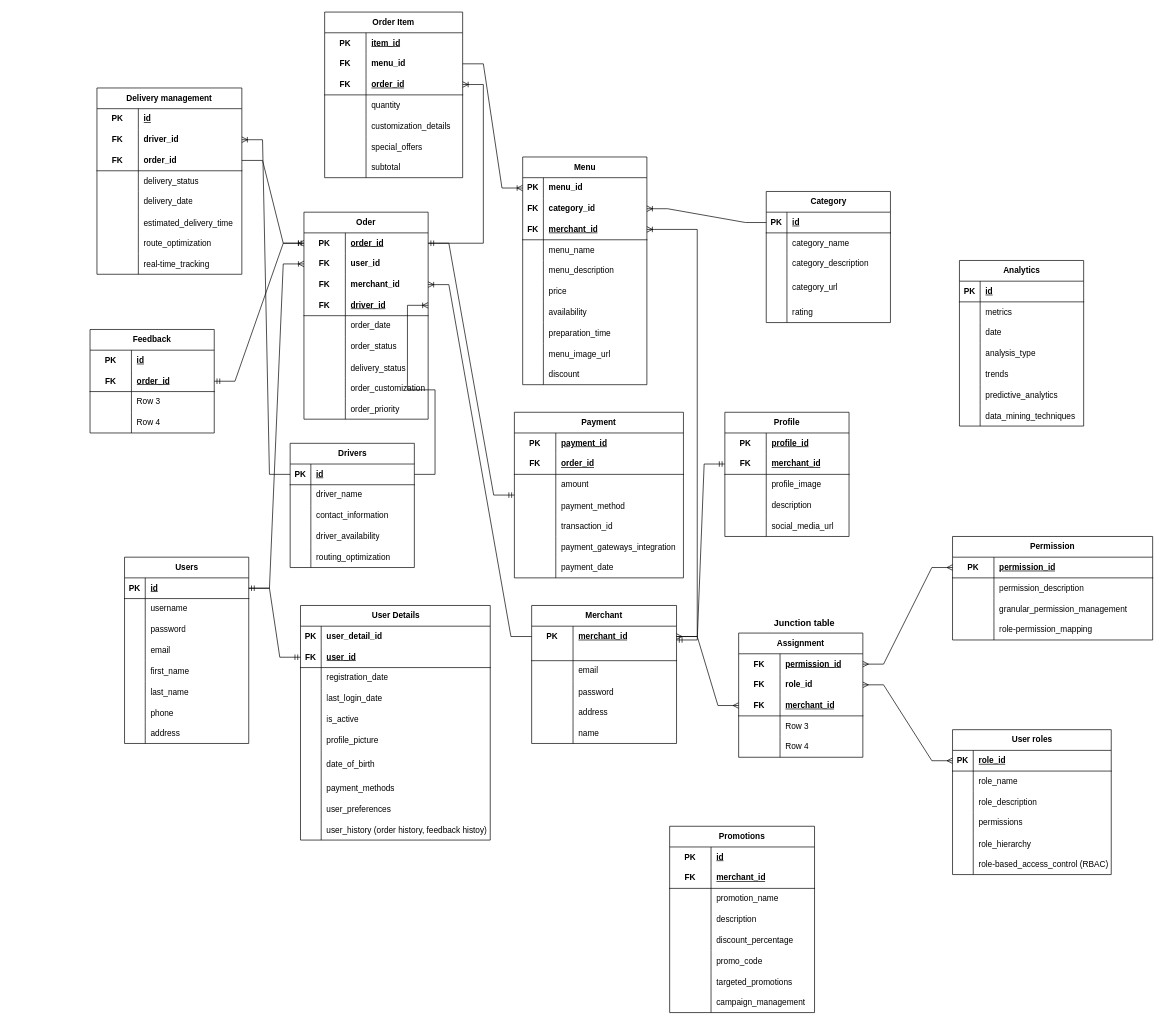
Before: server/src/diagram/Untitled Diagram.drawio in Henri280100/My-Order-App, a draw.io diagram. Source tidied: cells renumbered, new cells numbered last; positions are measured from the earlier drawing's top-left corner, leaving out a move shared by most shapes. Both pictures are drawn from the tidied source at 69%, with x=0, y=0 at pixel (90, 12).
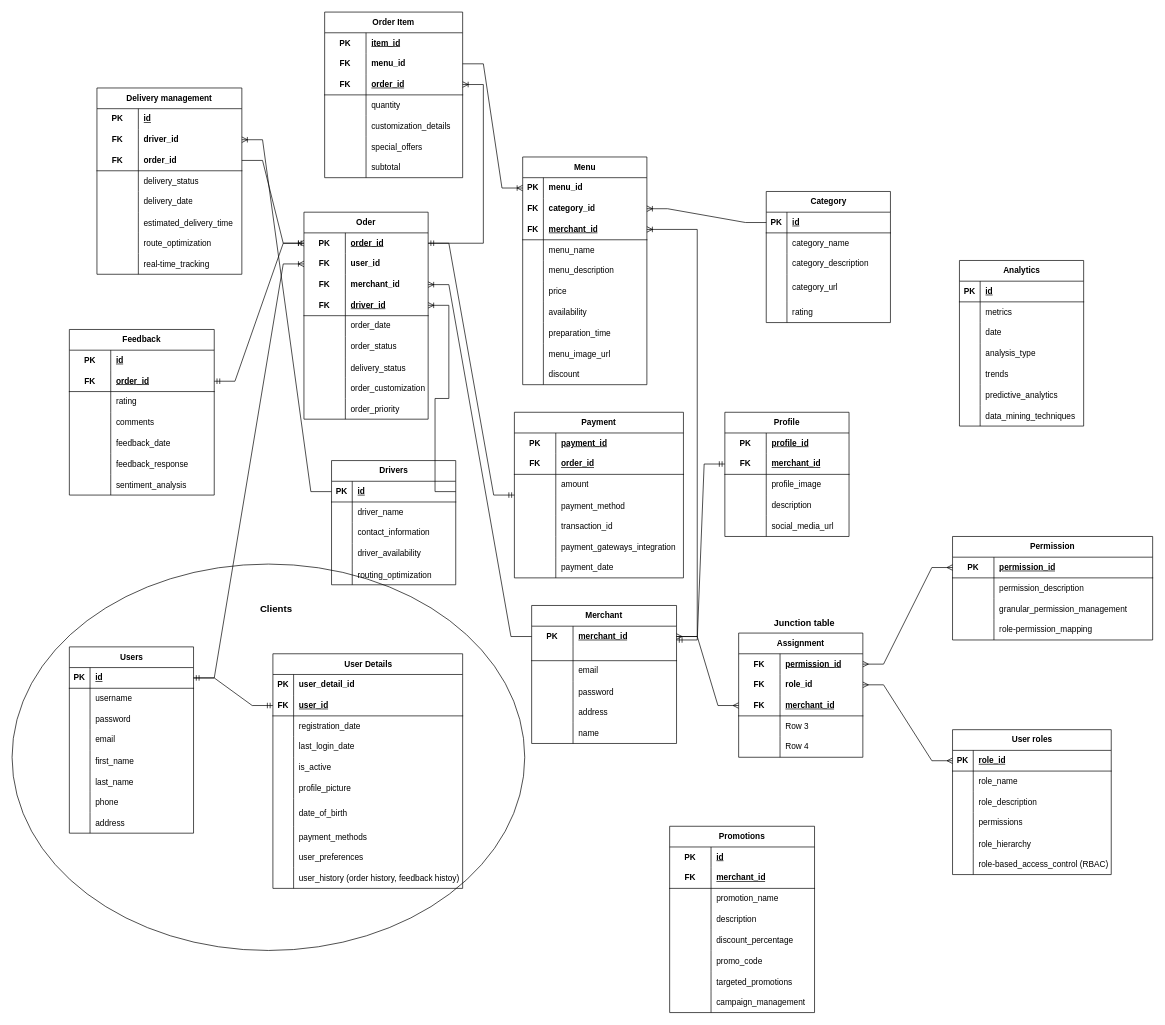
The same page after the edit.

Diff of the diagram source:
```diff
@@
     <mxCell id="140" value="Users" style="shape=table;startSize=30;childLayout=tableLayout;rowLines=0;fontStyle=1;align=center;html=1;" parent="1" vertex="1">
-      <mxGeometry x="50" y="790" width="180" height="270" as="geometry" />
+      <mxGeometry x="-30" y="920" width="180" height="270" as="geometry" />
     </mxCell>
@@
     <mxCell id="189" value="Feedback" style="shape=table;startSize=30;childLayout=tableLayout;rowLines=0;fontStyle=1;align=center;html=1;whiteSpace=wrap;" parent="1" vertex="1">
-      <mxGeometry y="460" width="180" height="150" as="geometry" />
+      <mxGeometry x="-30" y="460" width="210" height="240" as="geometry" />
     </mxCell>
     <mxCell id="190" style="shape=tableRow;horizontal=0;startSize=0;swimlaneHead=0;swimlaneBody=0;fillColor=none;top=0;left=0;right=0;bottom=0;html=1;" parent="189" vertex="1">
-      <mxGeometry y="30" width="180" height="30" as="geometry" />
+      <mxGeometry y="30" width="210" height="30" as="geometry" />
     </mxCell>
@@
     <mxCell id="192" value="id" style="shape=partialRectangle;fillColor=none;top=0;left=0;bottom=0;right=0;align=left;spacingLeft=6;fontStyle=5;overflow=hidden;html=1;whiteSpace=wrap;" parent="190" vertex="1">
-      <mxGeometry x="60" width="120" height="30" as="geometry" />
+      <mxGeometry x="60" width="150" height="30" as="geometry" />
     </mxCell>
     <mxCell id="193" style="shape=tableRow;horizontal=0;startSize=0;swimlaneHead=0;swimlaneBody=0;fillColor=none;points=[[0,0.5],[1,0.5]];portConstraint=eastwest;top=0;left=0;right=0;bottom=1;html=1;" parent="189" vertex="1">
-      <mxGeometry y="60" width="180" height="30" as="geometry" />
+      <mxGeometry y="60" width="210" height="30" as="geometry" />
     </mxCell>
@@
     <mxCell id="195" value="order_id" style="shape=partialRectangle;fillColor=none;top=0;left=0;bottom=0;right=0;align=left;spacingLeft=6;fontStyle=5;overflow=hidden;html=1;whiteSpace=wrap;" parent="193" vertex="1">
-      <mxGeometry x="60" width="120" height="30" as="geometry" />
+      <mxGeometry x="60" width="150" height="30" as="geometry" />
     </mxCell>
     <mxCell id="196" style="shape=tableRow;horizontal=0;startSize=0;swimlaneHead=0;swimlaneBody=0;fillColor=none;top=0;left=0;right=0;bottom=0;html=1;" parent="189" vertex="1">
-      <mxGeometry y="90" width="180" height="30" as="geometry" />
+      <mxGeometry y="90" width="210" height="30" as="geometry" />
     </mxCell>
@@
-    <mxCell id="198" value="Row 3" style="shape=partialRectangle;fillColor=none;top=0;left=0;bottom=0;right=0;align=left;spacingLeft=6;overflow=hidden;html=1;whiteSpace=wrap;" parent="196" vertex="1">
-      <mxGeometry x="60" width="120" height="30" as="geometry" />
+    <mxCell id="198" value="rating" style="shape=partialRectangle;fillColor=none;top=0;left=0;bottom=0;right=0;align=left;spacingLeft=6;overflow=hidden;html=1;whiteSpace=wrap;" parent="196" vertex="1">
+      <mxGeometry x="60" width="150" height="30" as="geometry" />
     </mxCell>
     <mxCell id="199" style="shape=tableRow;horizontal=0;startSize=0;swimlaneHead=0;swimlaneBody=0;fillColor=none;top=0;left=0;right=0;bottom=0;html=1;" parent="189" vertex="1">
-      <mxGeometry y="120" width="180" height="30" as="geometry" />
+      <mxGeometry y="120" width="210" height="30" as="geometry" />
     </mxCell>
@@
-    <mxCell id="201" value="Row 4" style="shape=partialRectangle;fillColor=none;top=0;left=0;bottom=0;right=0;align=left;spacingLeft=6;overflow=hidden;html=1;whiteSpace=wrap;" parent="199" vertex="1">
-      <mxGeometry x="60" width="120" height="30" as="geometry" />
+    <mxCell id="201" value="comments" style="shape=partialRectangle;fillColor=none;top=0;left=0;bottom=0;right=0;align=left;spacingLeft=6;overflow=hidden;html=1;whiteSpace=wrap;" parent="199" vertex="1">
+      <mxGeometry x="60" width="150" height="30" as="geometry" />
     </mxCell>
+    <mxCell id="378" style="shape=tableRow;horizontal=0;startSize=0;swimlaneHead=0;swimlaneBody=0;fillColor=none;top=0;left=0;right=0;bottom=0;" parent="189" vertex="1">
+      <mxGeometry y="150" width="210" height="30" as="geometry" />
+    </mxCell>
+    <mxCell id="379" style="shape=partialRectangle;fillColor=none;top=0;left=0;bottom=0;right=0;overflow=hidden;" parent="378" vertex="1">
+      <mxGeometry width="60" height="30" as="geometry" />
+    </mxCell>
+    <mxCell id="380" value="feedback_date" style="shape=partialRectangle;fillColor=none;top=0;left=0;bottom=0;right=0;align=left;spacingLeft=6;overflow=hidden;" parent="378" vertex="1">
+      <mxGeometry x="60" width="150" height="30" as="geometry" />
+    </mxCell>
+    <mxCell id="381" style="shape=tableRow;horizontal=0;startSize=0;swimlaneHead=0;swimlaneBody=0;fillColor=none;top=0;left=0;right=0;bottom=0;" parent="189" vertex="1">
+      <mxGeometry y="180" width="210" height="30" as="geometry" />
+    </mxCell>
+    <mxCell id="382" style="shape=partialRectangle;fillColor=none;top=0;left=0;bottom=0;right=0;overflow=hidden;" parent="381" vertex="1">
+      <mxGeometry width="60" height="30" as="geometry" />
+    </mxCell>
+    <mxCell id="383" value="feedback_response" style="shape=partialRectangle;fillColor=none;top=0;left=0;bottom=0;right=0;align=left;spacingLeft=6;overflow=hidden;" parent="381" vertex="1">
+      <mxGeometry x="60" width="150" height="30" as="geometry" />
+    </mxCell>
+    <mxCell id="384" style="shape=tableRow;horizontal=0;startSize=0;swimlaneHead=0;swimlaneBody=0;fillColor=none;top=0;left=0;right=0;bottom=0;" parent="189" vertex="1">
+      <mxGeometry y="210" width="210" height="30" as="geometry" />
+    </mxCell>
+    <mxCell id="385" style="shape=partialRectangle;fillColor=none;top=0;left=0;bottom=0;right=0;overflow=hidden;" parent="384" vertex="1">
+      <mxGeometry width="60" height="30" as="geometry" />
+    </mxCell>
+    <mxCell id="386" value="sentiment_analysis" style="shape=partialRectangle;fillColor=none;top=0;left=0;bottom=0;right=0;align=left;spacingLeft=6;overflow=hidden;" parent="384" vertex="1">
+      <mxGeometry x="60" width="150" height="30" as="geometry" />
+    </mxCell>
@@
     <mxCell id="203" value="Drivers" style="shape=table;startSize=30;childLayout=tableLayout;rowLines=0;fontStyle=1;align=center;html=1;" parent="1" vertex="1">
-      <mxGeometry x="290" y="625" width="180" height="180" as="geometry" />
+      <mxGeometry x="350" y="650" width="180" height="180" as="geometry" />
     </mxCell>
@@
     <mxCell id="298" value="User Details" style="shape=table;startSize=30;childLayout=tableLayout;rowLines=0;fontStyle=1;align=center;html=1;" parent="1" vertex="1">
-      <mxGeometry x="305" y="860" width="275" height="340" as="geometry" />
+      <mxGeometry x="265" y="930" width="275" height="340" as="geometry" />
     </mxCell>
@@
+    <mxCell id="387" style="ellipse;whiteSpace=wrap;html=1;gradientColor=none;fillColor=none;" parent="1" vertex="1">
+      <mxGeometry x="-113" y="800" width="743" height="560" as="geometry" />
+    </mxCell>
+    <mxCell id="388" value="Clients " style="text;html=1;strokeColor=none;fillColor=none;align=center;verticalAlign=middle;whiteSpace=wrap;rounded=0;fontStyle=1;fontSize=14;" parent="1" vertex="1">
+      <mxGeometry x="220" y="830" width="100" height="70" as="geometry" />
+    </mxCell>
```
